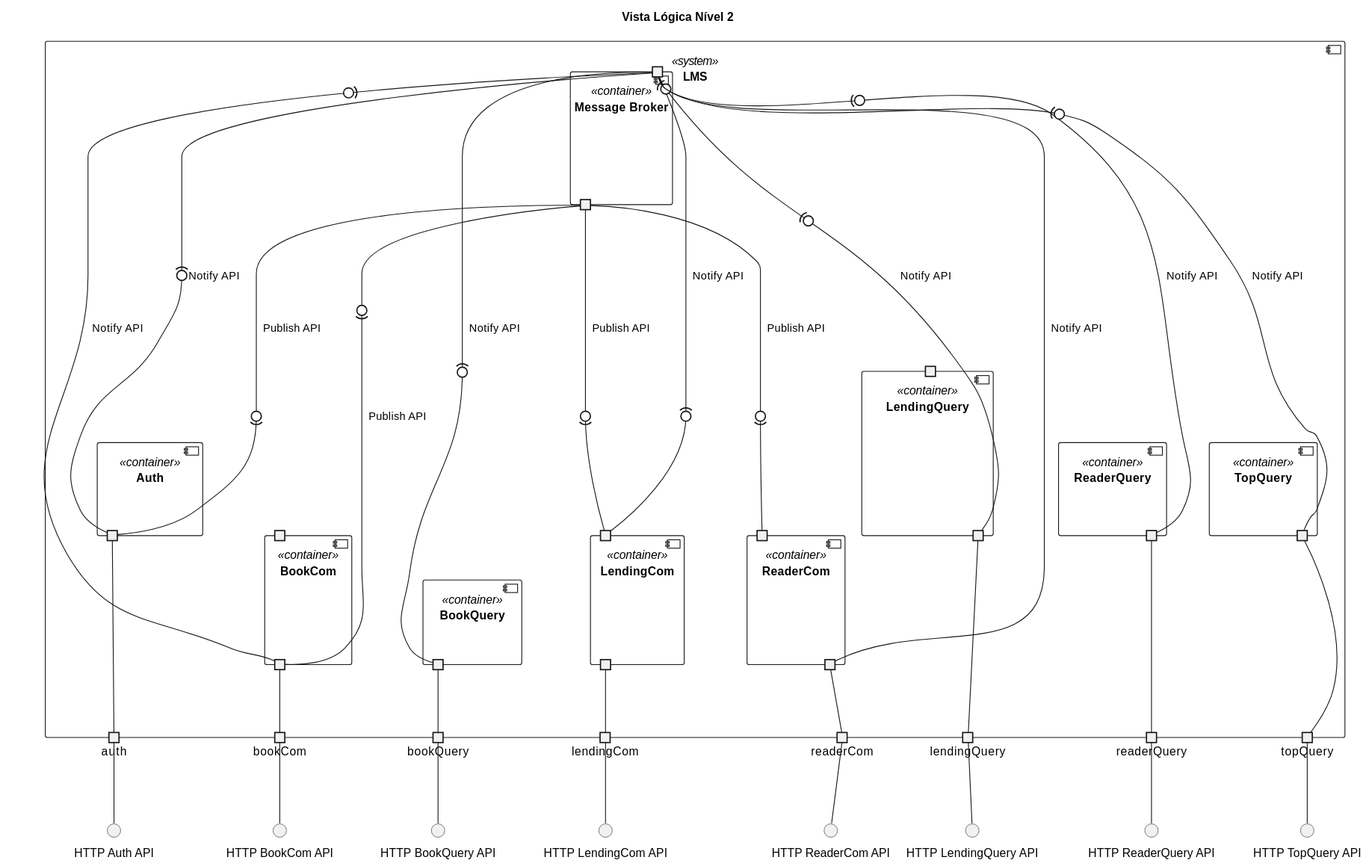
The PlantUML diagram Docs/Design/Entrega3/Vistas Lógicas/Nível 2/Nivel2-Vista Lógica Nível 2.svg in GitHubCatarina/SIDIS, before a commit.
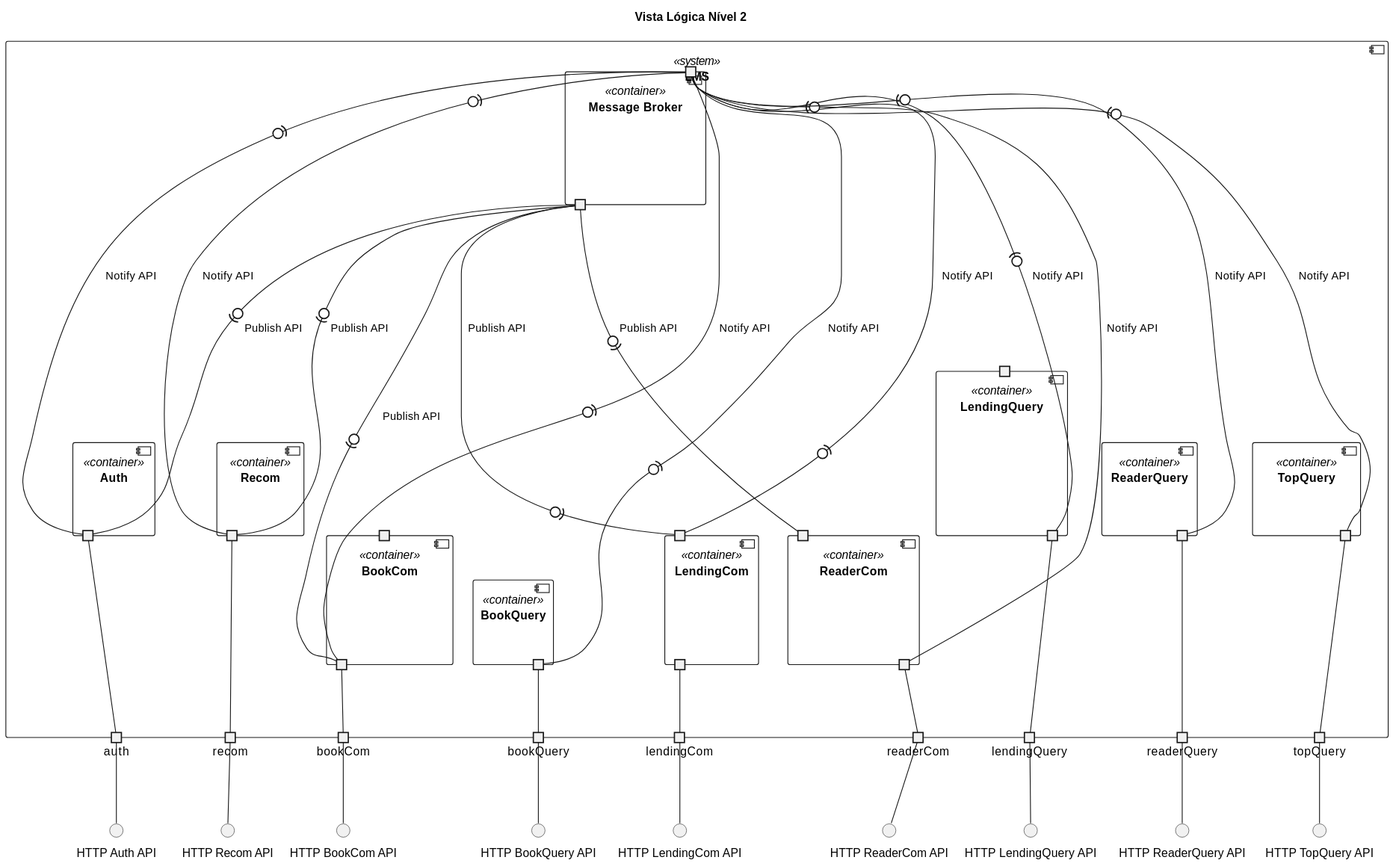
Above is the later version.

What changed in the source:
```diff
@@ -3,93 +3,104 @@
 title Vista Lógica Nível 2
 
 component "LMS" <<system>> as LMS {
-    component "Message Broker" <<container>> {
-        portin " " as innerportinmb
-        portout " " as innerportoutmb
-    }
+ component "Message Broker" <<container>> {
+ portin " " as innerportinmb
+ portout " " as innerportoutmb
+ }
 
-    component "Auth" <<container>> {
-        portout " " as innerportoutauth
-    }
+ component "Auth" <<container>> {
+ portout " " as innerportoutauth
+ }
+ component "Recom" <<container>> {
+ portout " " as innerportoutrecom
+ }
 
-    component "BookCom" <<container>> {
-        portin " " as innerportinbookc
-        portout " " as innerportoutbookc
-    }
+ component "BookCom" <<container>> {
+ portin " " as innerportinbookc
+ portout " " as innerportoutbookc
+ }
 
-    component "BookQuery" <<container>> {
-        portout " " as innerportoutbookq
-    }
+ component "BookQuery" <<container>> {
+ portout " " as innerportoutbookq
+ }
 
-    component "LendingCom" <<container>> {
-        portin " " as innerportinlendingc
-        portout " " as innerportoutlendingc
-    }
+ component "LendingCom" <<container>> {
+ portin " " as innerportinlendingc
+ portout " " as innerportoutlendingc
+ }
 
-    component "LendingQuery" <<container>> {
-            portin " " as innerportinlendingq
-            portout " " as innerportoutlendingq
-    }
+ component "LendingQuery" <<container>> {
+ portin " " as innerportinlendingq
+ portout " " as innerportoutlendingq
+ }
 
-    component "ReaderCom" <<container>> {
-        portin " " as innerportinreaderc
-        portout " " as innerportoutreaderc
-    }
+ component "ReaderCom" <<container>> {
+ portin " " as innerportinreaderc
+ portout " " as innerportoutreaderc
+ }
 
-    component "ReaderQuery" <<container>> {
-            portout " " as innerportoutreaderq
-    }
+ component "ReaderQuery" <<container>> {
+ portout " " as innerportoutreaderq
+ }
 
-    component "TopQuery" <<container>> {
-        portout " " as innerportouttopq
-    }
+ component "TopQuery" <<container>> {
+ portout " " as innerportouttopq
+ }
 
-    Auth          -[hidden]l-   Auth
-    BookCom -[hidden]l- BookCom
-    BookCom -[hidden]l- BookQuery
-    BookCom -[hidden]l- LendingCom
-    LendingCom -[hidden]l-   TopQuery
-    LendingCom -[hidden]l-   LendingCom
-    LendingCom -[hidden]l-   LendingQuery
-    ReaderCom      -[hidden]l-   ReaderCom
-    ReaderCom      -[hidden]l-   ReaderQuery
-    ReaderCom      -[hidden]l-   LendingCom
+ Auth -[hidden]l- Auth
+  Recom -[hidden]l- Recom
+ BookCom -[hidden]l- BookCom
+ BookCom -[hidden]l- BookQuery
+ BookCom -[hidden]l- LendingCom
+ LendingCom -[hidden]l- TopQuery
+ LendingCom -[hidden]l- LendingCom
+ LendingCom -[hidden]l- LendingQuery
+ ReaderCom -[hidden]l- ReaderCom
+ ReaderCom -[hidden]l- ReaderQuery
+ ReaderCom -[hidden]l- LendingCom
 
 
-    innerportoutmb -0)-  innerportoutauth          : "Publish API"
-    innerportinmb -(0-----  innerportoutauth          : "Notify API"
-    innerportoutmb -0)- innerportoutbookc        : "Publish API"
-    innerportinmb -(0-----  innerportoutbookc        : "Notify API"
-    innerportinmb -(0-----  innerportoutbookq        : "Notify API"
-    innerportoutmb -0)- innerportinlendingc   : "Publish API"
-    innerportinmb -(0----- innerportinlendingc   : "Notify API"
-    innerportinmb -(0-----  innerportoutlendingq     : "Notify API"
-    innerportoutmb -0)- innerportinreaderc    : "Publish API"
-    innerportinmb -(0-----  innerportoutreaderc      : "Notify API"
-    innerportinmb -(0-----  innerportoutreaderq      : "Notify API"
-    innerportinmb -(0-----  innerportouttopq   : "Notify API"
+ innerportoutmb -0)- innerportoutauth : "Publish API"
+ innerportinmb -(0----- innerportoutauth : "Notify API"
 
-    portout auth          as portauth
-    portout bookCom        as portbookc
-    portout bookQuery        as portbookq
-    portout lendingCom     as portlendingc
-    portout lendingQuery     as portlendingq
-    portout readerCom      as portreaderc
-    portout readerQuery      as portreaderq
-    portout topQuery   as porttopq
+  innerportoutmb -0)- innerportoutrecom : "Publish API"
+  innerportinmb -(0----- innerportoutrecom : "Notify API"
 
-    innerportoutauth         --   portauth
-    innerportoutbookc       --   portbookc
-    innerportoutbookq       --   portbookq
-    innerportoutlendingc    --   portlendingc
-    innerportoutlendingq    --   portlendingq
-    innerportoutreaderc     --   portreaderc
-    innerportoutreaderq     --   portreaderq
-    innerportouttopq  --   porttopq
+ innerportoutmb -0)- innerportoutbookc : "Publish API"
+ innerportinmb -(0----- innerportoutbookc : "Notify API"
+ innerportinmb -(0----- innerportoutbookq : "Notify API"
+ innerportoutmb -0)- innerportinlendingc : "Publish API"
+ innerportinmb -(0----- innerportinlendingc : "Notify API"
+ innerportinmb -(0----- innerportoutlendingq : "Notify API"
+ innerportoutmb -0)- innerportinreaderc : "Publish API"
+ innerportinmb -(0----- innerportoutreaderc : "Notify API"
+ innerportinmb -(0----- innerportoutreaderq : "Notify API"
+ innerportinmb -(0----- innerportouttopq : "Notify API"
+
+ portout auth as portauth
+  portout recom as portrecom
+ portout bookCom as portbookc
+ portout bookQuery as portbookq
+ portout lendingCom as portlendingc
+ portout lendingQuery as portlendingq
+ portout readerCom as portreaderc
+ portout readerQuery as portreaderq
+ portout topQuery as porttopq
+
+ innerportoutauth -- portauth
+  innerportoutrecom -- portrecom
+ innerportoutbookc -- portbookc
+ innerportoutbookq -- portbookq
+ innerportoutlendingc -- portlendingc
+ innerportoutlendingq -- portlendingq
+ innerportoutreaderc -- portreaderc
+ innerportoutreaderq -- portreaderq
+ innerportouttopq -- porttopq
 
 }
 
 () "HTTP Auth API" as authapi
+() "HTTP Recom API" as recomapi
 () "HTTP BookCom API" as bookapic
 () "HTTP BookQuery API" as bookapiq
 () "HTTP LendingCom API" as lendingapic
@@ -101,6 +112,7 @@
 
 
 portauth -- authapi
+portrecom -- recomapi
 portbookc -- bookapic
 portbookq -- bookapiq
 portlendingc -- lendingapic
```
